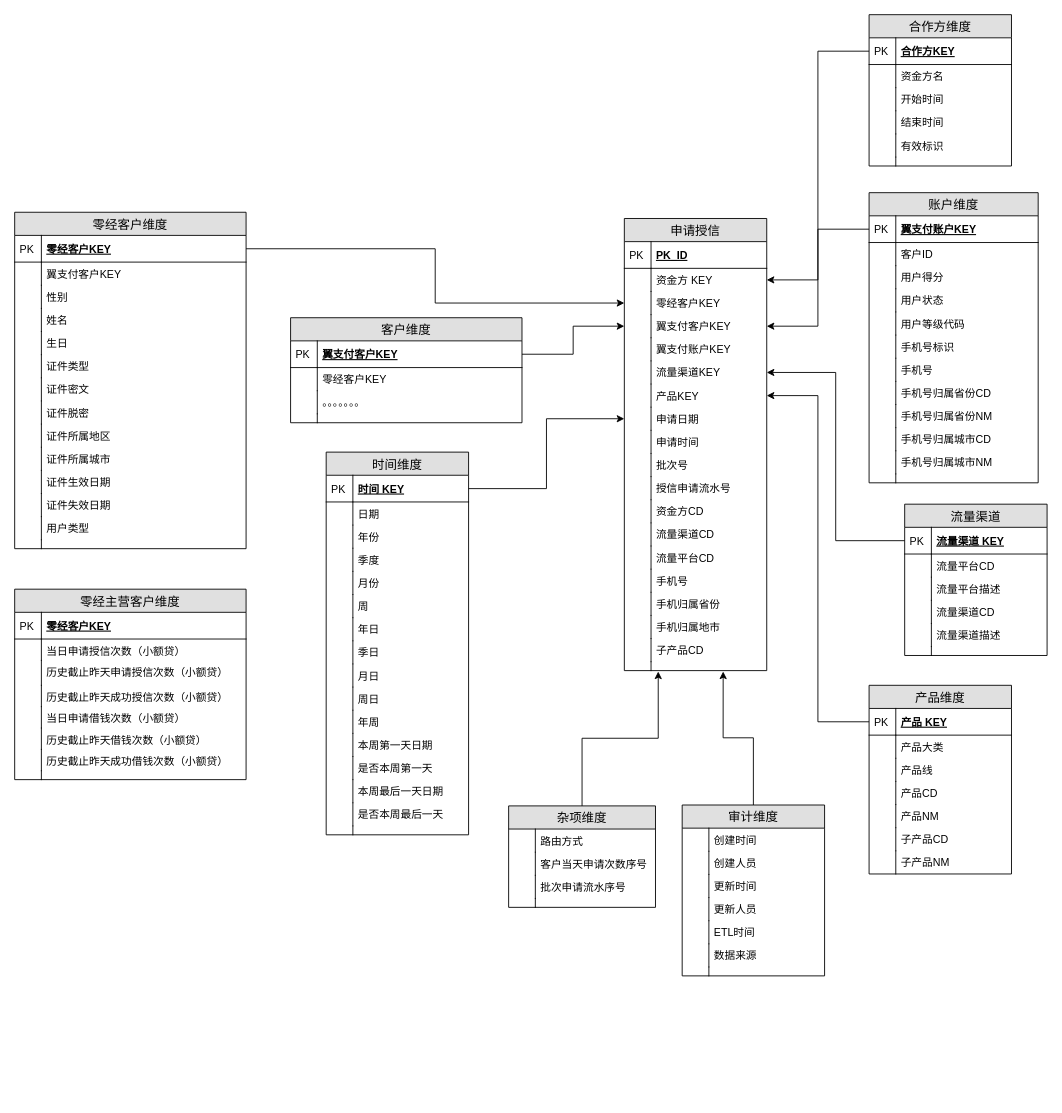
The draw.io diagram page "申请授信" (1 of 3) of 授信域.drawio in CarryNi/Orange, before the edit. Source tidied: cells renumbered, new cells numbered last; positions are measured from the earlier drawing's top-left corner, leaving out a move shared by most shapes. Both pictures are drawn from the tidied source at 89%, with x=0, y=0 at pixel (14, 14).
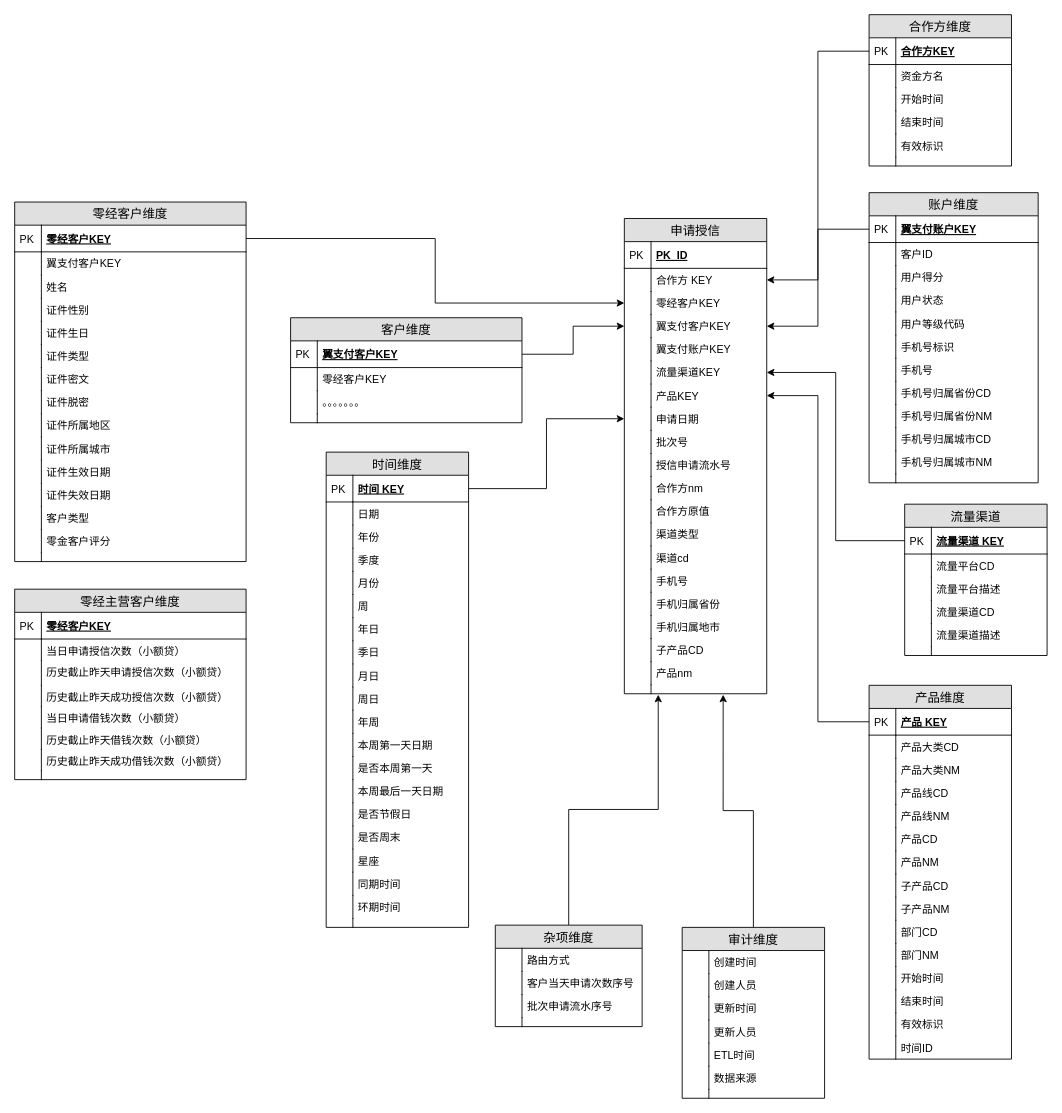
The same diagram, later.

Change to the diagram source:
```diff
@@
     <mxCell id="2" value="申请授信" style="swimlane;fontStyle=0;horizontal=1;startSize=26;fillColor=#e0e0e0;swimlaneFillColor=#ffffff;align=center;fontSize=14;" parent="1" vertex="1">
-      <mxGeometry x="685" y="229" width="160" height="508" as="geometry" />
+      <mxGeometry x="685" y="229" width="160" height="534" as="geometry" />
     </mxCell>
@@
-    <mxCell id="5" value="资金方 KEY" style="shape=partialRectangle;top=0;left=0;right=0;bottom=0;align=left;verticalAlign=top;fillColor=none;spacingLeft=34;spacingRight=4;overflow=hidden;points=[[0,0.5],[1,0.5]];portConstraint=eastwest;fontSize=12;" parent="2" vertex="1">
+    <mxCell id="5" value="合作方 KEY" style="shape=partialRectangle;top=0;left=0;right=0;bottom=0;align=left;verticalAlign=top;fillColor=none;spacingLeft=34;spacingRight=4;overflow=hidden;points=[[0,0.5],[1,0.5]];portConstraint=eastwest;fontSize=12;" parent="2" vertex="1">
       <mxGeometry y="56" width="160" height="26" as="geometry" />
     </mxCell>
@@
-    <mxCell id="19" value="申请时间" style="shape=partialRectangle;top=0;left=0;right=0;bottom=0;align=left;verticalAlign=top;fillColor=none;spacingLeft=34;spacingRight=4;overflow=hidden;fontSize=12;" parent="2" vertex="1">
-      <mxGeometry y="238" width="160" height="26" as="geometry" />
-    </mxCell>
-    <mxCell id="20" style="shape=partialRectangle;top=0;left=0;bottom=0;fillColor=none;align=left;verticalAlign=top;spacingLeft=4;spacingRight=4;overflow=hidden;fontSize=12;" parent="19" vertex="1">
-      <mxGeometry width="30" height="26" as="geometry" />
-    </mxCell>
     <mxCell id="21" value="批次号" style="shape=partialRectangle;top=0;left=0;right=0;bottom=0;align=left;verticalAlign=top;fillColor=none;spacingLeft=34;spacingRight=4;overflow=hidden;fontSize=12;" parent="2" vertex="1">
-      <mxGeometry y="264" width="160" height="26" as="geometry" />
+      <mxGeometry y="238" width="160" height="26" as="geometry" />
     </mxCell>
@@
     <mxCell id="23" value="授信申请流水号" style="shape=partialRectangle;top=0;left=0;right=0;bottom=0;align=left;verticalAlign=top;fillColor=none;spacingLeft=34;spacingRight=4;overflow=hidden;fontSize=12;" parent="2" vertex="1">
-      <mxGeometry y="290" width="160" height="26" as="geometry" />
+      <mxGeometry y="264" width="160" height="26" as="geometry" />
     </mxCell>
@@
-    <mxCell id="25" value="资金方CD" style="shape=partialRectangle;top=0;left=0;right=0;bottom=0;align=left;verticalAlign=top;fillColor=none;spacingLeft=34;spacingRight=4;overflow=hidden;fontSize=12;" parent="2" vertex="1">
-      <mxGeometry y="316" width="160" height="26" as="geometry" />
+    <mxCell id="25" value="合作方nm" style="shape=partialRectangle;top=0;left=0;right=0;bottom=0;align=left;verticalAlign=top;fillColor=none;spacingLeft=34;spacingRight=4;overflow=hidden;fontSize=12;" parent="2" vertex="1">
+      <mxGeometry y="290" width="160" height="26" as="geometry" />
     </mxCell>
@@
+    <mxCell id="228" value="合作方原值" style="shape=partialRectangle;top=0;left=0;right=0;bottom=0;align=left;verticalAlign=top;fillColor=none;spacingLeft=34;spacingRight=4;overflow=hidden;fontSize=12;" parent="2" vertex="1">
+      <mxGeometry y="316" width="160" height="26" as="geometry" />
+    </mxCell>
+    <mxCell id="229" style="shape=partialRectangle;top=0;left=0;bottom=0;fillColor=none;align=left;verticalAlign=top;spacingLeft=4;spacingRight=4;overflow=hidden;fontSize=12;" parent="228" vertex="1">
+      <mxGeometry width="30" height="26" as="geometry" />
+    </mxCell>
-    <mxCell id="27" value="流量渠道CD" style="shape=partialRectangle;top=0;left=0;right=0;bottom=0;align=left;verticalAlign=top;fillColor=none;spacingLeft=34;spacingRight=4;overflow=hidden;fontSize=12;" parent="2" vertex="1">
+    <mxCell id="27" value="渠道类型" style="shape=partialRectangle;top=0;left=0;right=0;bottom=0;align=left;verticalAlign=top;fillColor=none;spacingLeft=34;spacingRight=4;overflow=hidden;fontSize=12;" parent="2" vertex="1">
       <mxGeometry y="342" width="160" height="26" as="geometry" />
     </mxCell>
@@
-    <mxCell id="29" value="流量平台CD" style="shape=partialRectangle;top=0;left=0;right=0;bottom=0;align=left;verticalAlign=top;fillColor=none;spacingLeft=34;spacingRight=4;overflow=hidden;fontSize=12;" parent="2" vertex="1">
+    <mxCell id="29" value="渠道cd" style="shape=partialRectangle;top=0;left=0;right=0;bottom=0;align=left;verticalAlign=top;fillColor=none;spacingLeft=34;spacingRight=4;overflow=hidden;fontSize=12;" parent="2" vertex="1">
       <mxGeometry y="368" width="160" height="26" as="geometry" />
     </mxCell>
@@
+    <mxCell id="230" value="产品nm" style="shape=partialRectangle;top=0;left=0;right=0;bottom=0;align=left;verticalAlign=top;fillColor=none;spacingLeft=34;spacingRight=4;overflow=hidden;fontSize=12;" parent="2" vertex="1">
+      <mxGeometry y="498" width="160" height="26" as="geometry" />
+    </mxCell>
+    <mxCell id="231" style="shape=partialRectangle;top=0;left=0;bottom=0;fillColor=none;align=left;verticalAlign=top;spacingLeft=4;spacingRight=4;overflow=hidden;fontSize=12;" parent="230" vertex="1">
+      <mxGeometry width="30" height="26" as="geometry" />
+    </mxCell>
     <mxCell id="39" style="shape=partialRectangle;top=0;left=0;right=0;bottom=0;align=left;verticalAlign=top;fillColor=none;spacingLeft=34;spacingRight=4;overflow=hidden;points=[[0,0.5],[1,0.5]];portConstraint=eastwest;fontSize=12;" parent="2" vertex="1">
-      <mxGeometry y="498" width="160" height="10" as="geometry" />
+      <mxGeometry y="524" width="160" height="10" as="geometry" />
     </mxCell>
@@
     <mxCell id="41" value="零经客户维度" style="swimlane;fontStyle=0;horizontal=1;startSize=26;fillColor=#e0e0e0;swimlaneFillColor=#ffffff;align=center;fontSize=14;" parent="1" vertex="1">
-      <mxGeometry y="222" width="260" height="378" as="geometry" />
+      <mxGeometry y="210.5" width="260" height="404" as="geometry" />
     </mxCell>
@@
+    <mxCell id="48" value="姓名" style="shape=partialRectangle;top=0;left=0;right=0;bottom=0;align=left;verticalAlign=top;fillColor=none;spacingLeft=34;spacingRight=4;overflow=hidden;fontSize=12;" parent="41" vertex="1">
+      <mxGeometry y="82" width="260" height="26" as="geometry" />
+    </mxCell>
+    <mxCell id="49" style="shape=partialRectangle;top=0;left=0;bottom=0;fillColor=none;align=left;verticalAlign=top;spacingLeft=4;spacingRight=4;overflow=hidden;fontSize=12;" parent="48" vertex="1">
+      <mxGeometry width="30" height="26" as="geometry" />
+    </mxCell>
-    <mxCell id="46" value="性别" style="shape=partialRectangle;top=0;left=0;right=0;bottom=0;align=left;verticalAlign=top;fillColor=none;spacingLeft=34;spacingRight=4;overflow=hidden;fontSize=12;" parent="41" vertex="1">
-      <mxGeometry y="82" width="260" height="26" as="geometry" />
+    <mxCell id="46" value="证件性别" style="shape=partialRectangle;top=0;left=0;right=0;bottom=0;align=left;verticalAlign=top;fillColor=none;spacingLeft=34;spacingRight=4;overflow=hidden;fontSize=12;" parent="41" vertex="1">
+      <mxGeometry y="108" width="260" height="26" as="geometry" />
     </mxCell>
@@
-    <mxCell id="48" value="姓名" style="shape=partialRectangle;top=0;left=0;right=0;bottom=0;align=left;verticalAlign=top;fillColor=none;spacingLeft=34;spacingRight=4;overflow=hidden;fontSize=12;" parent="41" vertex="1">
-      <mxGeometry y="108" width="260" height="26" as="geometry" />
-    </mxCell>
-    <mxCell id="49" style="shape=partialRectangle;top=0;left=0;bottom=0;fillColor=none;align=left;verticalAlign=top;spacingLeft=4;spacingRight=4;overflow=hidden;fontSize=12;" parent="48" vertex="1">
-      <mxGeometry width="30" height="26" as="geometry" />
-    </mxCell>
-    <mxCell id="50" value="生日" style="shape=partialRectangle;top=0;left=0;right=0;bottom=0;align=left;verticalAlign=top;fillColor=none;spacingLeft=34;spacingRight=4;overflow=hidden;fontSize=12;" parent="41" vertex="1">
+    <mxCell id="50" value="证件生日" style="shape=partialRectangle;top=0;left=0;right=0;bottom=0;align=left;verticalAlign=top;fillColor=none;spacingLeft=34;spacingRight=4;overflow=hidden;fontSize=12;" parent="41" vertex="1">
       <mxGeometry y="134" width="260" height="26" as="geometry" />
     </mxCell>
@@
-    <mxCell id="66" value="用户类型" style="shape=partialRectangle;top=0;left=0;right=0;bottom=0;align=left;verticalAlign=top;fillColor=none;spacingLeft=34;spacingRight=4;overflow=hidden;fontSize=12;" parent="41" vertex="1">
+    <mxCell id="66" value="客户类型" style="shape=partialRectangle;top=0;left=0;right=0;bottom=0;align=left;verticalAlign=top;fillColor=none;spacingLeft=34;spacingRight=4;overflow=hidden;fontSize=12;" parent="41" vertex="1">
       <mxGeometry y="342" width="260" height="26" as="geometry" />
     </mxCell>
@@
+    <mxCell id="232" value="零金客户评分" style="shape=partialRectangle;top=0;left=0;right=0;bottom=0;align=left;verticalAlign=top;fillColor=none;spacingLeft=34;spacingRight=4;overflow=hidden;fontSize=12;" parent="41" vertex="1">
+      <mxGeometry y="368" width="260" height="26" as="geometry" />
+    </mxCell>
+    <mxCell id="233" style="shape=partialRectangle;top=0;left=0;bottom=0;fillColor=none;align=left;verticalAlign=top;spacingLeft=4;spacingRight=4;overflow=hidden;fontSize=12;" parent="232" vertex="1">
+      <mxGeometry width="30" height="26" as="geometry" />
+    </mxCell>
     <mxCell id="68" style="shape=partialRectangle;top=0;left=0;right=0;bottom=0;align=left;verticalAlign=top;fillColor=none;spacingLeft=34;spacingRight=4;overflow=hidden;fontSize=12;" parent="41" vertex="1">
-      <mxGeometry y="368" width="260" height="10" as="geometry" />
+      <mxGeometry y="394" width="260" height="10" as="geometry" />
     </mxCell>
@@
     <mxCell id="70" value="时间维度" style="swimlane;fontStyle=0;horizontal=1;startSize=26;fillColor=#e0e0e0;swimlaneFillColor=#ffffff;align=center;fontSize=14;" parent="1" vertex="1">
-      <mxGeometry x="350" y="491.5" width="160" height="430" as="geometry" />
+      <mxGeometry x="350" y="491.5" width="160" height="534" as="geometry" />
     </mxCell>
@@
-    <mxCell id="99" value="是否本周最后一天" style="shape=partialRectangle;top=0;left=0;right=0;bottom=0;align=left;verticalAlign=top;fillColor=none;spacingLeft=34;spacingRight=4;overflow=hidden;fontSize=12;" parent="70" vertex="1">
+    <mxCell id="99" value="是否节假日" style="shape=partialRectangle;top=0;left=0;right=0;bottom=0;align=left;verticalAlign=top;fillColor=none;spacingLeft=34;spacingRight=4;overflow=hidden;fontSize=12;" parent="70" vertex="1">
       <mxGeometry y="394" width="160" height="26" as="geometry" />
     </mxCell>
@@
+    <mxCell id="234" value="是否周末" style="shape=partialRectangle;top=0;left=0;right=0;bottom=0;align=left;verticalAlign=top;fillColor=none;spacingLeft=34;spacingRight=4;overflow=hidden;fontSize=12;" parent="70" vertex="1">
+      <mxGeometry y="420" width="160" height="26" as="geometry" />
+    </mxCell>
+    <mxCell id="235" style="shape=partialRectangle;top=0;left=0;bottom=0;fillColor=none;align=left;verticalAlign=top;spacingLeft=4;spacingRight=4;overflow=hidden;fontSize=12;" parent="234" vertex="1">
+      <mxGeometry width="30" height="26" as="geometry" />
+    </mxCell>
+    <mxCell id="236" value="星座" style="shape=partialRectangle;top=0;left=0;right=0;bottom=0;align=left;verticalAlign=top;fillColor=none;spacingLeft=34;spacingRight=4;overflow=hidden;fontSize=12;" parent="70" vertex="1">
+      <mxGeometry y="446" width="160" height="26" as="geometry" />
+    </mxCell>
+    <mxCell id="237" style="shape=partialRectangle;top=0;left=0;bottom=0;fillColor=none;align=left;verticalAlign=top;spacingLeft=4;spacingRight=4;overflow=hidden;fontSize=12;" parent="236" vertex="1">
+      <mxGeometry width="30" height="26" as="geometry" />
+    </mxCell>
+    <mxCell id="238" value="同期时间" style="shape=partialRectangle;top=0;left=0;right=0;bottom=0;align=left;verticalAlign=top;fillColor=none;spacingLeft=34;spacingRight=4;overflow=hidden;fontSize=12;" parent="70" vertex="1">
+      <mxGeometry y="472" width="160" height="26" as="geometry" />
+    </mxCell>
+    <mxCell id="239" style="shape=partialRectangle;top=0;left=0;bottom=0;fillColor=none;align=left;verticalAlign=top;spacingLeft=4;spacingRight=4;overflow=hidden;fontSize=12;" parent="238" vertex="1">
+      <mxGeometry width="30" height="26" as="geometry" />
+    </mxCell>
+    <mxCell id="240" value="环期时间" style="shape=partialRectangle;top=0;left=0;right=0;bottom=0;align=left;verticalAlign=top;fillColor=none;spacingLeft=34;spacingRight=4;overflow=hidden;fontSize=12;" parent="70" vertex="1">
+      <mxGeometry y="498" width="160" height="26" as="geometry" />
+    </mxCell>
+    <mxCell id="241" style="shape=partialRectangle;top=0;left=0;bottom=0;fillColor=none;align=left;verticalAlign=top;spacingLeft=4;spacingRight=4;overflow=hidden;fontSize=12;" parent="240" vertex="1">
+      <mxGeometry width="30" height="26" as="geometry" />
+    </mxCell>
     <mxCell id="101" style="shape=partialRectangle;top=0;left=0;right=0;bottom=0;align=left;verticalAlign=top;fillColor=none;spacingLeft=34;spacingRight=4;overflow=hidden;fontSize=12;" parent="70" vertex="1">
-      <mxGeometry y="420" width="160" height="10" as="geometry" />
+      <mxGeometry y="524" width="160" height="10" as="geometry" />
     </mxCell>
@@
     <mxCell id="173" value="杂项维度" style="swimlane;fontStyle=0;horizontal=1;startSize=26;fillColor=#e0e0e0;swimlaneFillColor=#ffffff;align=center;fontSize=14;" parent="1" vertex="1">
-      <mxGeometry x="555" y="889" width="165" height="114" as="geometry" />
+      <mxGeometry x="540" y="1023" width="165" height="114" as="geometry" />
     </mxCell>
@@
     <mxCell id="183" value="审计维度" style="swimlane;fontStyle=0;horizontal=1;startSize=26;fillColor=#e0e0e0;swimlaneFillColor=#ffffff;align=center;fontSize=14;" parent="1" vertex="1">
-      <mxGeometry x="750" y="888" width="160" height="192" as="geometry" />
+      <mxGeometry x="750" y="1025.5" width="160" height="192" as="geometry" />
     </mxCell>
@@
     <mxCell id="212" value="产品维度" style="swimlane;fontStyle=0;horizontal=1;startSize=26;fillColor=#e0e0e0;swimlaneFillColor=#ffffff;align=center;fontSize=14;" parent="1" vertex="1">
-      <mxGeometry x="960" y="753.5" width="160" height="212" as="geometry" />
+      <mxGeometry x="960" y="753.5" width="160" height="420" as="geometry" />
     </mxCell>
@@
-    <mxCell id="215" value="产品大类" style="shape=partialRectangle;top=0;left=0;right=0;bottom=0;align=left;verticalAlign=top;fillColor=none;spacingLeft=34;spacingRight=4;overflow=hidden;fontSize=12;" parent="212" vertex="1">
+    <mxCell id="215" value="产品大类CD" style="shape=partialRectangle;top=0;left=0;right=0;bottom=0;align=left;verticalAlign=top;fillColor=none;spacingLeft=34;spacingRight=4;overflow=hidden;fontSize=12;" parent="212" vertex="1">
       <mxGeometry y="56" width="160" height="26" as="geometry" />
     </mxCell>
@@
+    <mxCell id="242" value="产品大类NM" style="shape=partialRectangle;top=0;left=0;right=0;bottom=0;align=left;verticalAlign=top;fillColor=none;spacingLeft=34;spacingRight=4;overflow=hidden;fontSize=12;" parent="212" vertex="1">
+      <mxGeometry y="82" width="160" height="26" as="geometry" />
+    </mxCell>
+    <mxCell id="243" style="shape=partialRectangle;top=0;left=0;bottom=0;fillColor=none;align=left;verticalAlign=top;spacingLeft=4;spacingRight=4;overflow=hidden;fontSize=12;" parent="242" vertex="1">
+      <mxGeometry width="30" height="26" as="geometry" />
+    </mxCell>
-    <mxCell id="217" value="产品线" style="shape=partialRectangle;top=0;left=0;right=0;bottom=0;align=left;verticalAlign=top;fillColor=none;spacingLeft=34;spacingRight=4;overflow=hidden;fontSize=12;" parent="212" vertex="1">
-      <mxGeometry y="82" width="160" height="26" as="geometry" />
+    <mxCell id="217" value="产品线CD" style="shape=partialRectangle;top=0;left=0;right=0;bottom=0;align=left;verticalAlign=top;fillColor=none;spacingLeft=34;spacingRight=4;overflow=hidden;fontSize=12;" parent="212" vertex="1">
+      <mxGeometry y="108" width="160" height="26" as="geometry" />
     </mxCell>
@@
-    <mxCell id="219" value="产品CD" style="shape=partialRectangle;top=0;left=0;right=0;bottom=0;align=left;verticalAlign=top;fillColor=none;spacingLeft=34;spacingRight=4;overflow=hidden;fontSize=12;" parent="212" vertex="1">
-      <mxGeometry y="108" width="160" height="26" as="geometry" />
+    <mxCell id="219" value="产品线NM" style="shape=partialRectangle;top=0;left=0;right=0;bottom=0;align=left;verticalAlign=top;fillColor=none;spacingLeft=34;spacingRight=4;overflow=hidden;fontSize=12;" parent="212" vertex="1">
+      <mxGeometry y="134" width="160" height="26" as="geometry" />
     </mxCell>
@@
-    <mxCell id="221" value="产品NM" style="shape=partialRectangle;top=0;left=0;right=0;bottom=0;align=left;verticalAlign=top;fillColor=none;spacingLeft=34;spacingRight=4;overflow=hidden;fontSize=12;" parent="212" vertex="1">
-      <mxGeometry y="134" width="160" height="26" as="geometry" />
+    <mxCell id="221" value="产品CD" style="shape=partialRectangle;top=0;left=0;right=0;bottom=0;align=left;verticalAlign=top;fillColor=none;spacingLeft=34;spacingRight=4;overflow=hidden;fontSize=12;" parent="212" vertex="1">
+      <mxGeometry y="160" width="160" height="26" as="geometry" />
     </mxCell>
@@
-    <mxCell id="223" value="子产品CD" style="shape=partialRectangle;top=0;left=0;right=0;bottom=0;align=left;verticalAlign=top;fillColor=none;spacingLeft=34;spacingRight=4;overflow=hidden;fontSize=12;" parent="212" vertex="1">
-      <mxGeometry y="160" width="160" height="26" as="geometry" />
+    <mxCell id="223" value="产品NM" style="shape=partialRectangle;top=0;left=0;right=0;bottom=0;align=left;verticalAlign=top;fillColor=none;spacingLeft=34;spacingRight=4;overflow=hidden;fontSize=12;" parent="212" vertex="1">
+      <mxGeometry y="186" width="160" height="26" as="geometry" />
     </mxCell>
@@
-    <mxCell id="225" value="子产品NM" style="shape=partialRectangle;top=0;left=0;right=0;bottom=0;align=left;verticalAlign=top;fillColor=none;spacingLeft=34;spacingRight=4;overflow=hidden;fontSize=12;" parent="212" vertex="1">
-      <mxGeometry y="186" width="160" height="26" as="geometry" />
+    <mxCell id="225" value="子产品CD" style="shape=partialRectangle;top=0;left=0;right=0;bottom=0;align=left;verticalAlign=top;fillColor=none;spacingLeft=34;spacingRight=4;overflow=hidden;fontSize=12;" parent="212" vertex="1">
+      <mxGeometry y="212" width="160" height="26" as="geometry" />
     </mxCell>
@@
+    <mxCell id="244" value="子产品NM" style="shape=partialRectangle;top=0;left=0;right=0;bottom=0;align=left;verticalAlign=top;fillColor=none;spacingLeft=34;spacingRight=4;overflow=hidden;fontSize=12;" parent="212" vertex="1">
+      <mxGeometry y="238" width="160" height="26" as="geometry" />
+    </mxCell>
+    <mxCell id="245" style="shape=partialRectangle;top=0;left=0;bottom=0;fillColor=none;align=left;verticalAlign=top;spacingLeft=4;spacingRight=4;overflow=hidden;fontSize=12;" parent="244" vertex="1">
+      <mxGeometry width="30" height="26" as="geometry" />
+    </mxCell>
+    <mxCell id="246" value="部门CD" style="shape=partialRectangle;top=0;left=0;right=0;bottom=0;align=left;verticalAlign=top;fillColor=none;spacingLeft=34;spacingRight=4;overflow=hidden;fontSize=12;" parent="212" vertex="1">
+      <mxGeometry y="264" width="160" height="26" as="geometry" />
+    </mxCell>
+    <mxCell id="247" style="shape=partialRectangle;top=0;left=0;bottom=0;fillColor=none;align=left;verticalAlign=top;spacingLeft=4;spacingRight=4;overflow=hidden;fontSize=12;" parent="246" vertex="1">
+      <mxGeometry width="30" height="26" as="geometry" />
+    </mxCell>
+    <mxCell id="248" value="部门NM" style="shape=partialRectangle;top=0;left=0;right=0;bottom=0;align=left;verticalAlign=top;fillColor=none;spacingLeft=34;spacingRight=4;overflow=hidden;fontSize=12;" parent="212" vertex="1">
+      <mxGeometry y="290" width="160" height="26" as="geometry" />
+    </mxCell>
+    <mxCell id="249" style="shape=partialRectangle;top=0;left=0;bottom=0;fillColor=none;align=left;verticalAlign=top;spacingLeft=4;spacingRight=4;overflow=hidden;fontSize=12;" parent="248" vertex="1">
+      <mxGeometry width="30" height="26" as="geometry" />
+    </mxCell>
+    <mxCell id="250" value="开始时间" style="shape=partialRectangle;top=0;left=0;right=0;bottom=0;align=left;verticalAlign=top;fillColor=none;spacingLeft=34;spacingRight=4;overflow=hidden;fontSize=12;" parent="212" vertex="1">
+      <mxGeometry y="316" width="160" height="26" as="geometry" />
+    </mxCell>
+    <mxCell id="251" style="shape=partialRectangle;top=0;left=0;bottom=0;fillColor=none;align=left;verticalAlign=top;spacingLeft=4;spacingRight=4;overflow=hidden;fontSize=12;" parent="250" vertex="1">
+      <mxGeometry width="30" height="26" as="geometry" />
+    </mxCell>
+    <mxCell id="252" value="结束时间" style="shape=partialRectangle;top=0;left=0;right=0;bottom=0;align=left;verticalAlign=top;fillColor=none;spacingLeft=34;spacingRight=4;overflow=hidden;fontSize=12;" parent="212" vertex="1">
+      <mxGeometry y="342" width="160" height="26" as="geometry" />
+    </mxCell>
+    <mxCell id="253" style="shape=partialRectangle;top=0;left=0;bottom=0;fillColor=none;align=left;verticalAlign=top;spacingLeft=4;spacingRight=4;overflow=hidden;fontSize=12;" parent="252" vertex="1">
+      <mxGeometry width="30" height="26" as="geometry" />
+    </mxCell>
+    <mxCell id="254" value="有效标识" style="shape=partialRectangle;top=0;left=0;right=0;bottom=0;align=left;verticalAlign=top;fillColor=none;spacingLeft=34;spacingRight=4;overflow=hidden;fontSize=12;" parent="212" vertex="1">
+      <mxGeometry y="368" width="160" height="26" as="geometry" />
+    </mxCell>
+    <mxCell id="255" style="shape=partialRectangle;top=0;left=0;bottom=0;fillColor=none;align=left;verticalAlign=top;spacingLeft=4;spacingRight=4;overflow=hidden;fontSize=12;" parent="254" vertex="1">
+      <mxGeometry width="30" height="26" as="geometry" />
+    </mxCell>
+    <mxCell id="256" value="时间ID" style="shape=partialRectangle;top=0;left=0;right=0;bottom=0;align=left;verticalAlign=top;fillColor=none;spacingLeft=34;spacingRight=4;overflow=hidden;fontSize=12;" parent="212" vertex="1">
+      <mxGeometry y="394" width="160" height="26" as="geometry" />
+    </mxCell>
+    <mxCell id="257" style="shape=partialRectangle;top=0;left=0;bottom=0;fillColor=none;align=left;verticalAlign=top;spacingLeft=4;spacingRight=4;overflow=hidden;fontSize=12;" parent="256" vertex="1">
+      <mxGeometry width="30" height="26" as="geometry" />
+    </mxCell>
```
